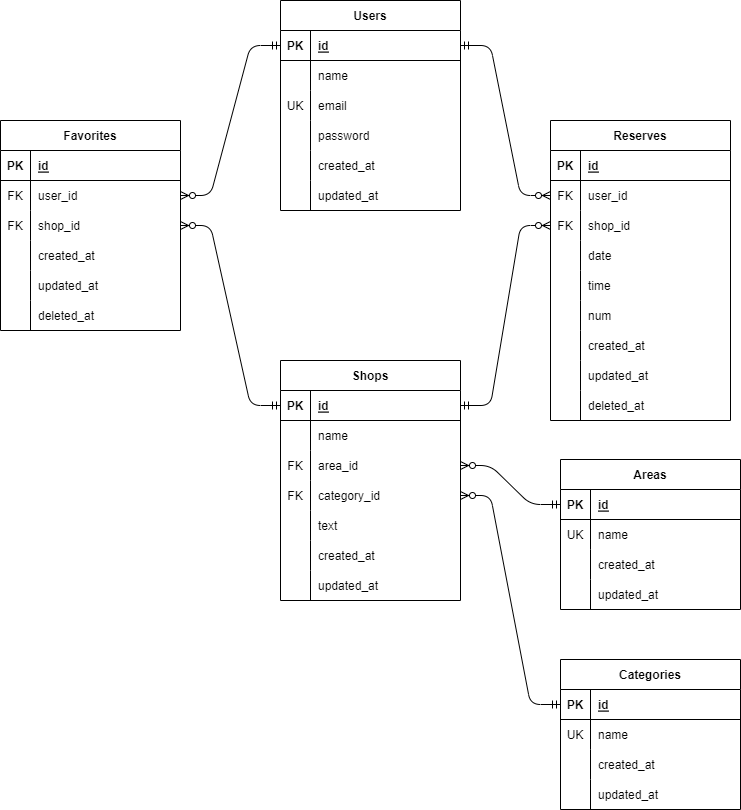
Above: img/ER.drawio.png in Karsy-Kura/advancedpj_kuramoto (draw.io), before the change. Source tidied: cells renumbered, new cells last; positions are measured from the earlier drawing's top-left corner, leaving out a move shared by most shapes.
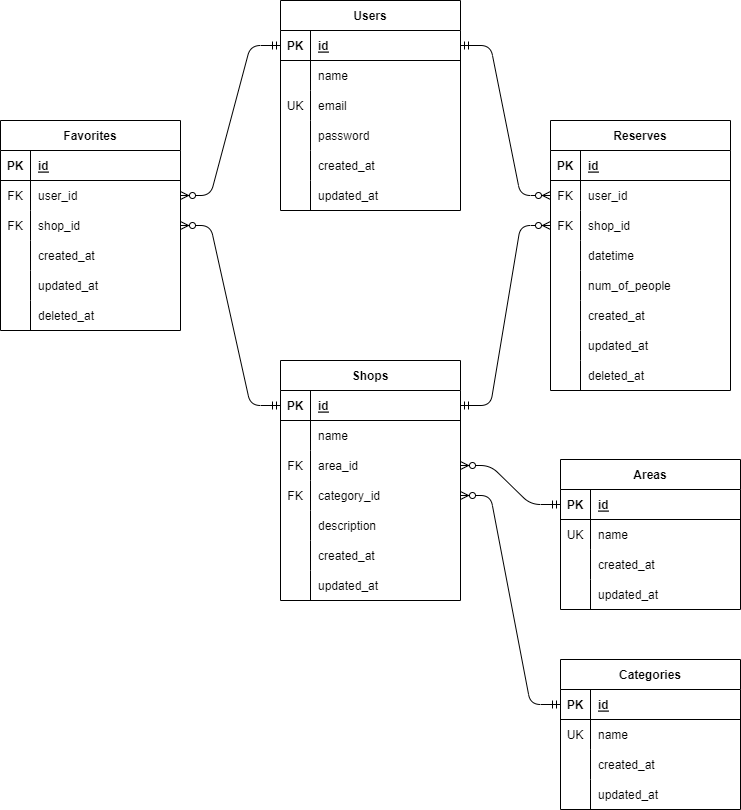
The same file after the commit.

Commit message:
[Edit] change column name of ER

What changed in the source:
```diff
@@ -104,7 +104,7 @@
     <mxCell id="35" style="shape=partialRectangle;fillColor=none;top=0;left=0;bottom=0;right=0;overflow=hidden;" parent="34" vertex="1">
       <mxGeometry width="30" height="30" as="geometry" />
     </mxCell>
-    <mxCell id="36" value="text" style="shape=partialRectangle;fillColor=none;top=0;left=0;bottom=0;right=0;align=left;spacingLeft=6;overflow=hidden;" parent="34" vertex="1">
+    <mxCell id="36" value="description" style="shape=partialRectangle;fillColor=none;top=0;left=0;bottom=0;right=0;align=left;spacingLeft=6;overflow=hidden;" parent="34" vertex="1">
       <mxGeometry x="30" width="150" height="30" as="geometry" />
     </mxCell>
     <mxCell id="37" style="shape=tableRow;horizontal=0;startSize=0;swimlaneHead=0;swimlaneBody=0;fillColor=none;top=0;left=0;right=0;bottom=0;" parent="21" vertex="1">
@@ -126,7 +126,7 @@
       <mxGeometry x="30" width="150" height="30" as="geometry" />
     </mxCell>
     <mxCell id="43" value="Reserves" style="shape=table;startSize=30;rowLines=0;fontStyle=1;align=center;" parent="1" vertex="1">
-      <mxGeometry x="550" y="120" width="180" height="300" as="geometry" />
+      <mxGeometry x="550" y="120" width="180" height="270" as="geometry" />
     </mxCell>
     <mxCell id="44" style="shape=tableRow;horizontal=0;startSize=0;swimlaneHead=0;swimlaneBody=0;fillColor=none;top=0;left=0;right=0;bottom=1;" parent="43" vertex="1">
       <mxGeometry y="30" width="180" height="30" as="geometry" />
@@ -161,29 +161,20 @@
     <mxCell id="54" style="shape=partialRectangle;fillColor=none;top=0;left=0;bottom=0;right=0;overflow=hidden;" parent="53" vertex="1">
       <mxGeometry width="30" height="30" as="geometry" />
     </mxCell>
-    <mxCell id="55" value="date" style="shape=partialRectangle;fillColor=none;top=0;left=0;bottom=0;right=0;align=left;spacingLeft=6;overflow=hidden;" parent="53" vertex="1">
+    <mxCell id="55" value="datetime" style="shape=partialRectangle;fillColor=none;top=0;left=0;bottom=0;right=0;align=left;spacingLeft=6;overflow=hidden;" parent="53" vertex="1">
       <mxGeometry x="30" width="150" height="30" as="geometry" />
     </mxCell>
-    <mxCell id="56" style="shape=tableRow;horizontal=0;startSize=0;swimlaneHead=0;swimlaneBody=0;fillColor=none;top=0;left=0;right=0;bottom=0;" parent="43" vertex="1">
-      <mxGeometry y="150" width="180" height="30" as="geometry" />
-    </mxCell>
-    <mxCell id="57" style="shape=partialRectangle;fillColor=none;top=0;left=0;bottom=0;right=0;overflow=hidden;" parent="56" vertex="1">
-      <mxGeometry width="30" height="30" as="geometry" />
-    </mxCell>
-    <mxCell id="58" value="time" style="shape=partialRectangle;fillColor=none;top=0;left=0;bottom=0;right=0;align=left;spacingLeft=6;overflow=hidden;" parent="56" vertex="1">
-      <mxGeometry x="30" width="150" height="30" as="geometry" />
-    </mxCell>
     <mxCell id="59" style="shape=tableRow;horizontal=0;startSize=0;swimlaneHead=0;swimlaneBody=0;fillColor=none;top=0;left=0;right=0;bottom=0;" parent="43" vertex="1">
-      <mxGeometry y="180" width="180" height="30" as="geometry" />
+      <mxGeometry y="150" width="180" height="30" as="geometry" />
     </mxCell>
     <mxCell id="60" style="shape=partialRectangle;fillColor=none;top=0;left=0;bottom=0;right=0;overflow=hidden;" parent="59" vertex="1">
       <mxGeometry width="30" height="30" as="geometry" />
     </mxCell>
-    <mxCell id="61" value="num" style="shape=partialRectangle;fillColor=none;top=0;left=0;bottom=0;right=0;align=left;spacingLeft=6;overflow=hidden;" parent="59" vertex="1">
+    <mxCell id="61" value="num_of_people" style="shape=partialRectangle;fillColor=none;top=0;left=0;bottom=0;right=0;align=left;spacingLeft=6;overflow=hidden;" parent="59" vertex="1">
       <mxGeometry x="30" width="150" height="30" as="geometry" />
     </mxCell>
     <mxCell id="62" style="shape=tableRow;horizontal=0;startSize=0;swimlaneHead=0;swimlaneBody=0;fillColor=none;top=0;left=0;right=0;bottom=0;" parent="43" vertex="1">
-      <mxGeometry y="210" width="180" height="30" as="geometry" />
+      <mxGeometry y="180" width="180" height="30" as="geometry" />
     </mxCell>
     <mxCell id="63" style="shape=partialRectangle;fillColor=none;top=0;left=0;bottom=0;right=0;overflow=hidden;" parent="62" vertex="1">
       <mxGeometry width="30" height="30" as="geometry" />
@@ -192,7 +183,7 @@
       <mxGeometry x="30" width="150" height="30" as="geometry" />
     </mxCell>
     <mxCell id="65" style="shape=tableRow;horizontal=0;startSize=0;swimlaneHead=0;swimlaneBody=0;fillColor=none;top=0;left=0;right=0;bottom=0;" parent="43" vertex="1">
-      <mxGeometry y="240" width="180" height="30" as="geometry" />
+      <mxGeometry y="210" width="180" height="30" as="geometry" />
     </mxCell>
     <mxCell id="66" style="shape=partialRectangle;fillColor=none;top=0;left=0;bottom=0;right=0;overflow=hidden;" parent="65" vertex="1">
       <mxGeometry width="30" height="30" as="geometry" />
@@ -201,7 +192,7 @@
       <mxGeometry x="30" width="150" height="30" as="geometry" />
     </mxCell>
     <mxCell id="68" style="shape=tableRow;horizontal=0;startSize=0;swimlaneHead=0;swimlaneBody=0;fillColor=none;top=0;left=0;right=0;bottom=0;" parent="43" vertex="1">
-      <mxGeometry y="270" width="180" height="30" as="geometry" />
+      <mxGeometry y="240" width="180" height="30" as="geometry" />
     </mxCell>
     <mxCell id="69" style="shape=partialRectangle;fillColor=none;top=0;left=0;bottom=0;right=0;overflow=hidden;" parent="68" vertex="1">
       <mxGeometry width="30" height="30" as="geometry" />
```
